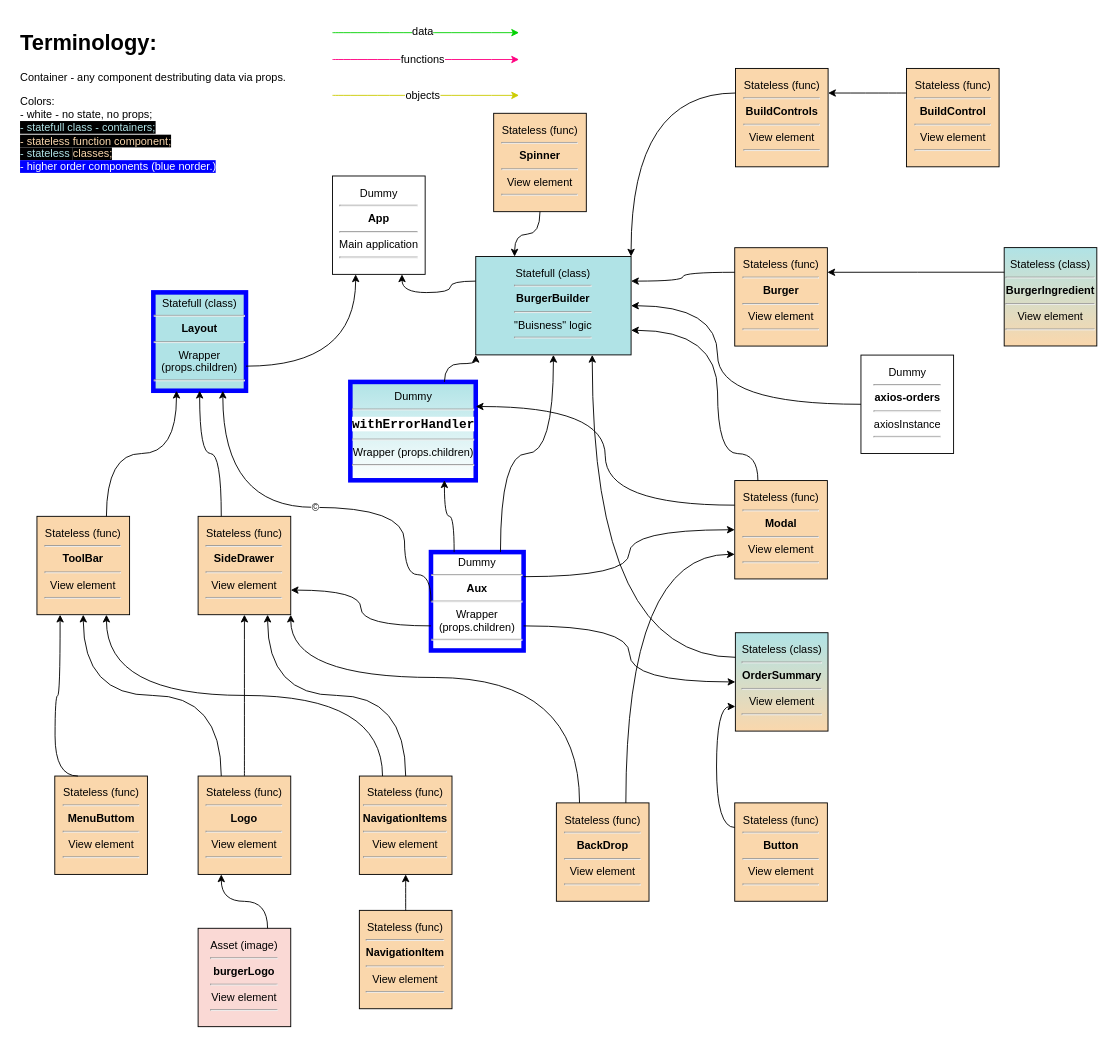
This is page "Application stracture" (5 of 5) of burger-builder.drawio from Sergey190309/burger-builder, a draw.io file, before an edit. Source tidied: cells renumbered, new cells numbered last; positions are measured from the earlier drawing's top-left corner, leaving out a move shared by most shapes. Both pictures are drawn from the tidied source at 91%, with x=0, y=0 at pixel (15, 25).
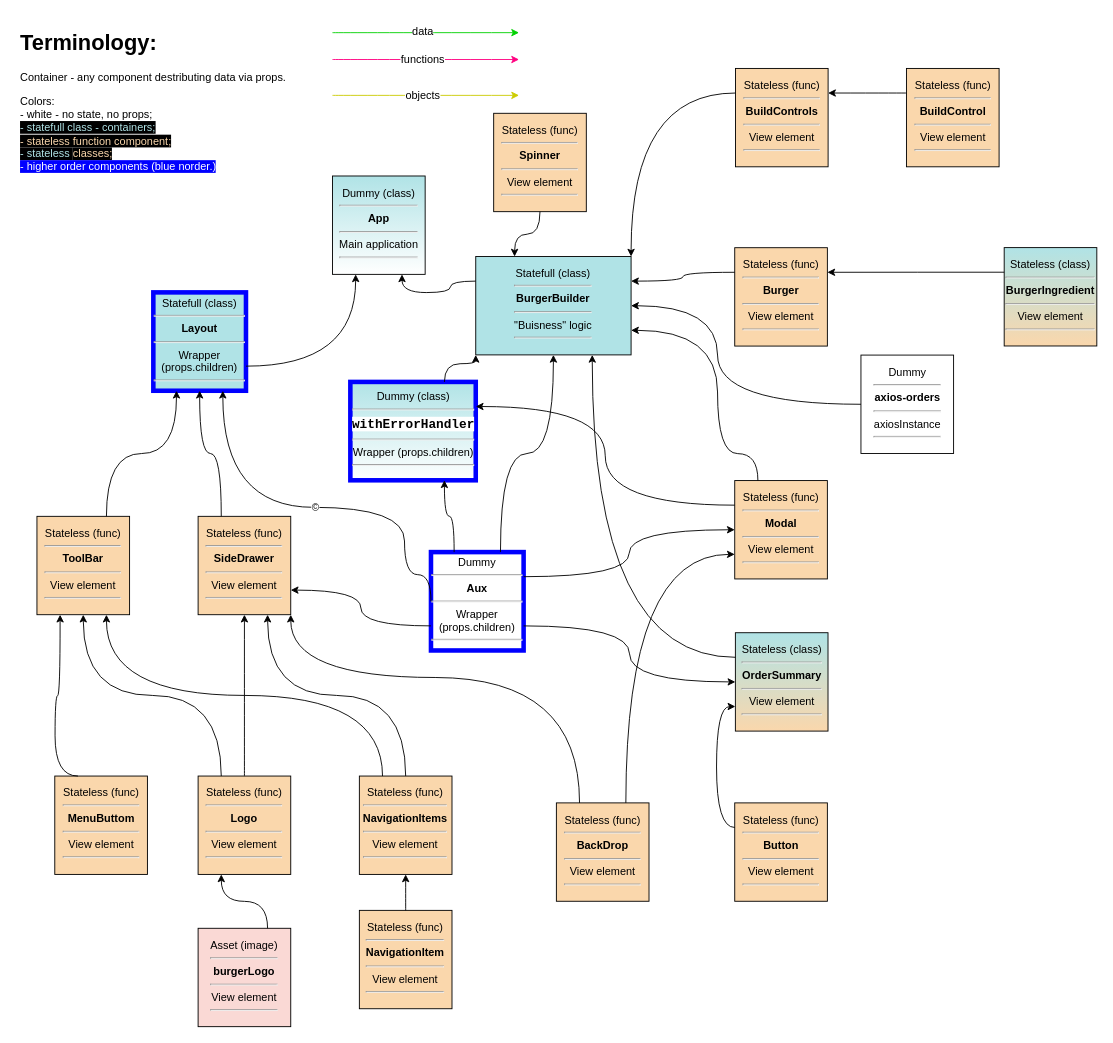
The same page after the edit.

Diff of the diagram source:
```diff
@@
-    <mxCell id="14" value="Dummy&lt;br&gt;&lt;hr&gt;&lt;b&gt;App&lt;/b&gt;&lt;br&gt;&lt;hr&gt;Main application&lt;br&gt;&lt;hr&gt;" style="rounded=0;whiteSpace=wrap;html=1;fillColor=none;strokeColor=#000000;arcSize=0;glass=0;comic=0;shadow=0;" parent="9" vertex="1">
+    <mxCell id="14" value="Dummy (class)&lt;br&gt;&lt;hr&gt;&lt;b&gt;App&lt;/b&gt;&lt;br&gt;&lt;hr&gt;Main application&lt;br&gt;&lt;hr&gt;" style="rounded=0;whiteSpace=wrap;html=1;fillColor=#B0E3E6;strokeColor=#000000;arcSize=0;glass=0;comic=0;shadow=0;gradientColor=#ffffff;" parent="9" vertex="1">
       <mxGeometry x="347.9" y="165.9" width="101.8" height="108.1" as="geometry" />
     </mxCell>
@@
-    <mxCell id="32" value="Dummy&lt;br&gt;&lt;hr&gt;&lt;div style=&quot;font-family: &amp;#34;consolas&amp;#34; , &amp;#34;courier new&amp;#34; , monospace ; font-size: 14px ; line-height: 19px ; white-space: pre&quot;&gt;&lt;span style=&quot;background-color: rgb(255 , 255 , 255)&quot;&gt;&lt;b&gt;withErrorHandler&lt;/b&gt;&lt;/span&gt;&lt;/div&gt;&lt;hr&gt;Wrapper (props.children)&lt;br&gt;&lt;hr&gt;" style="rounded=0;whiteSpace=wrap;html=1;fillColor=#ffffff;strokeColor=#0000FF;arcSize=0;glass=0;comic=0;shadow=0;strokeWidth=5;gradientColor=#B0E3E6;gradientDirection=north;" parent="9" vertex="1">
+    <mxCell id="32" value="Dummy (class)&lt;br&gt;&lt;hr&gt;&lt;div style=&quot;font-family: &amp;#34;consolas&amp;#34; , &amp;#34;courier new&amp;#34; , monospace ; font-size: 14px ; line-height: 19px ; white-space: pre&quot;&gt;&lt;span style=&quot;background-color: rgb(255 , 255 , 255)&quot;&gt;&lt;b&gt;withErrorHandler&lt;/b&gt;&lt;/span&gt;&lt;/div&gt;&lt;hr&gt;Wrapper (props.children)&lt;br&gt;&lt;hr&gt;" style="rounded=0;whiteSpace=wrap;html=1;fillColor=#ffffff;strokeColor=#0000FF;arcSize=0;glass=0;comic=0;shadow=0;strokeWidth=5;gradientColor=#B0E3E6;gradientDirection=north;" parent="9" vertex="1">
       <mxGeometry x="367.5" y="392.2" width="137.8" height="108.1" as="geometry" />
     </mxCell>
```
